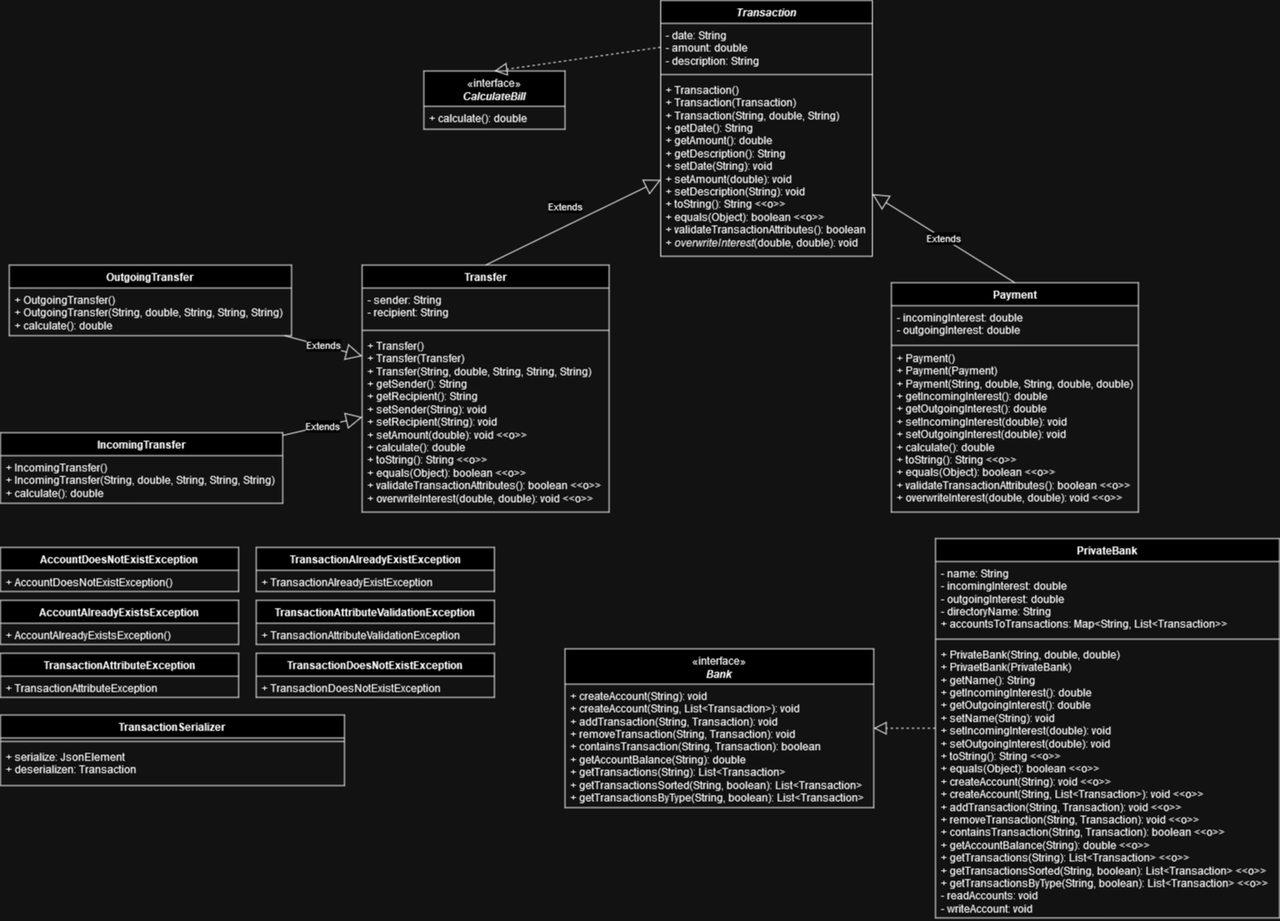
Before: P4/P4_UML.png, a diagram exported from draw.io (Philogex/OOS). Source tidied: cells renumbered, new cells last; positions are measured from the earlier drawing's top-left corner, leaving out a move shared by most shapes.
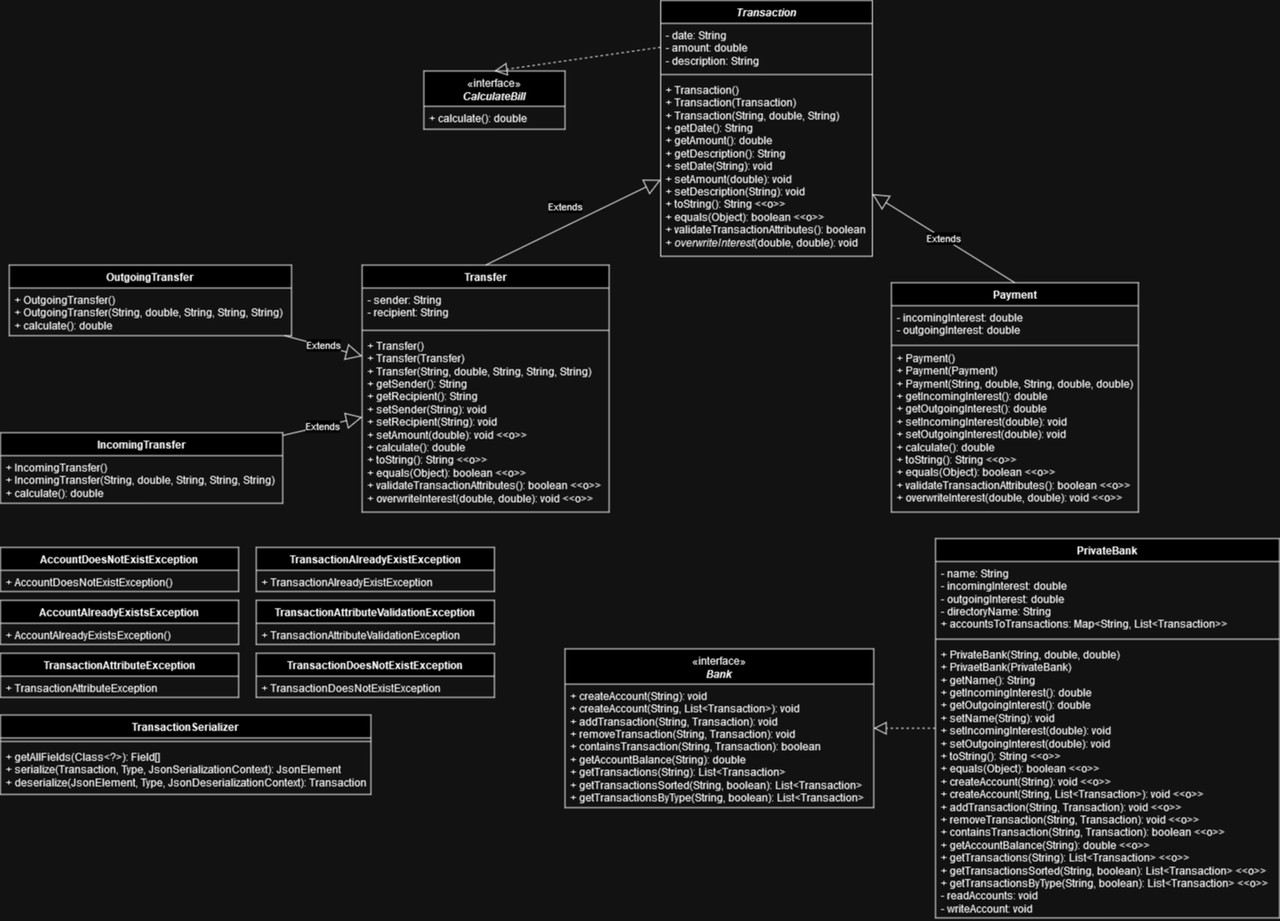
After the change.

Commit message:
improved serializer logic added a few comments update UML diagram

What changed in the source:
```diff
@@ -129,13 +129,13 @@
       <mxGeometry relative="1" as="geometry" />
     </mxCell>
     <mxCell id="44" value="TransactionSerializer" style="swimlane;fontStyle=1;align=center;verticalAlign=top;horizontal=1;startSize=26;whiteSpace=wrap;html=1;" parent="1" vertex="1">
-      <mxGeometry y="810" width="390" height="80" as="geometry" />
+      <mxGeometry y="810" width="420" height="90" as="geometry" />
     </mxCell>
     <mxCell id="45" style="line;strokeWidth=1;fillColor=none;align=left;verticalAlign=middle;spacingTop=-1;spacingLeft=3;spacingRight=3;labelPosition=right;strokeColor=inherit;" parent="44" vertex="1">
-      <mxGeometry y="26" width="390" height="8" as="geometry" />
+      <mxGeometry y="26" width="420" height="8" as="geometry" />
     </mxCell>
-    <mxCell id="46" value="&lt;div&gt;+ serialize: JsonElement&lt;/div&gt;&lt;div&gt;+ deserializen: Transaction&lt;br&gt;&lt;/div&gt;" style="text;strokeColor=none;fillColor=none;align=left;verticalAlign=top;spacingLeft=4;spacingRight=4;overflow=hidden;whiteSpace=wrap;html=1;" parent="44" vertex="1">
-      <mxGeometry y="34" width="390" height="46" as="geometry" />
+    <mxCell id="46" value="&lt;div&gt;+ getAllFields(Class&amp;lt;?&amp;gt;): Field[]&lt;br&gt;&lt;/div&gt;&lt;div&gt;+ serialize(Transaction, Type, JsonSerializationContext): JsonElement&lt;/div&gt;&lt;div&gt;+ deserialize(JsonElement, Type, JsonDeserializationContext): Transaction&lt;br&gt;&lt;/div&gt;" style="text;strokeColor=none;fillColor=none;align=left;verticalAlign=top;spacingLeft=4;spacingRight=4;overflow=hidden;whiteSpace=wrap;html=1;" parent="44" vertex="1">
+      <mxGeometry y="34" width="420" height="56" as="geometry" />
     </mxCell>
   </root>
 </mxGraphModel>
```
